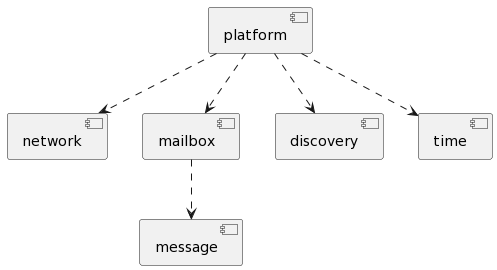
This is figures/diagrams/img/rufi-distributed-architecture.png from lm98/masters-thesis, a PlantUML export, as it was before one commit. Its diagram source:
```plantuml
@startuml
component network as nt
component mailbox as mb
component discovery as ds
component platform as pt
component time as tt
component message as ms

pt ..> nt
pt ..> mb
pt ..> tt
pt ..> ds
mb ..> ms
@enduml
```
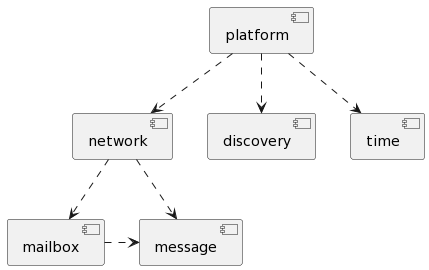
The same file after the commit.

Commit message:
refactor: refactor distributed arch diagram

What changed in the source:
```diff
@@ -7,8 +7,9 @@
 component message as ms
 
 pt ..> nt
-pt ..> mb
+nt ..> mb
 pt ..> tt
 pt ..> ds
-mb ..> ms
+nt ..> ms
+mb .right.> ms
 @enduml
```
